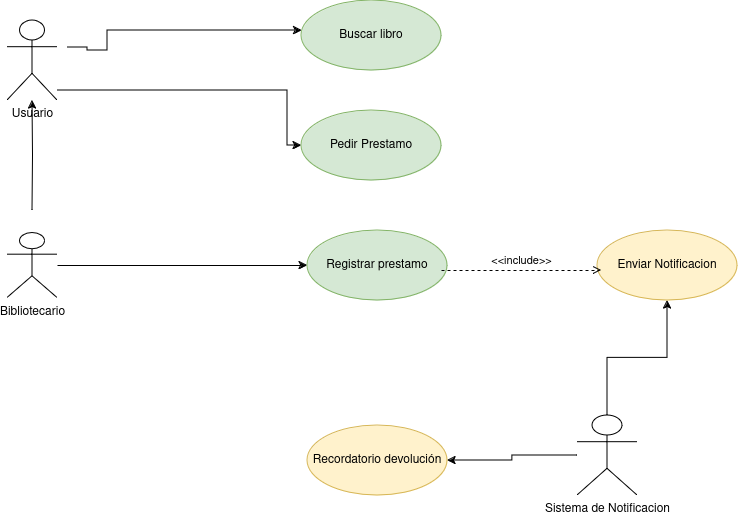
Before: Diagrama sin título.drawio.png, a diagram exported from draw.io (gian700/ejercicio-git-libro). Source tidied: cells renumbered, new cells last; positions are measured from the earlier drawing's top-left corner, leaving out a move shared by most shapes.
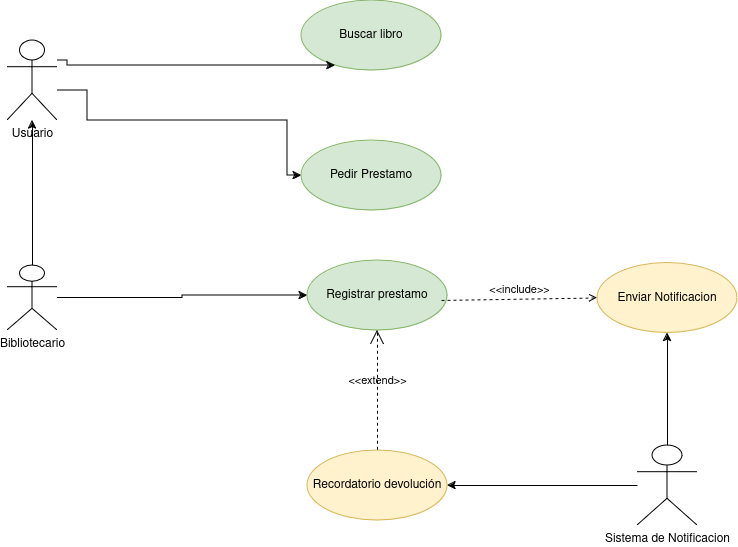
Later version of the same file.

Change to the diagram source:
```diff
@@ -3,40 +3,37 @@
     <mxCell id="0" />
     <mxCell id="1" parent="0" />
     <mxCell id="2" value="Buscar libro" style="ellipse;whiteSpace=wrap;html=1;fillColor=#d5e8d4;strokeColor=#82b366;" parent="1" vertex="1">
-      <mxGeometry x="294" width="140" height="70" as="geometry" />
+      <mxGeometry x="294" y="-30" width="140" height="70" as="geometry" />
     </mxCell>
-    <mxCell id="3" style="edgeStyle=orthogonalEdgeStyle;rounded=0;jettySize=auto;html=1;" parent="1" edge="1" target="2">
+    <mxCell id="3" style="edgeStyle=orthogonalEdgeStyle;rounded=0;jettySize=auto;html=1;" parent="1" edge="1" source="5" target="2">
       <mxGeometry relative="1" as="geometry">
-        <mxPoint x="60" y="47" as="sourcePoint" />
         <Array as="points">
-          <mxPoint x="80" y="47" />
-          <mxPoint x="80" y="50" />
-          <mxPoint x="100" y="50" />
-          <mxPoint x="100" y="30" />
+          <mxPoint x="60" y="30" />
+          <mxPoint x="60" y="35" />
         </Array>
       </mxGeometry>
     </mxCell>
     <mxCell id="4" style="edgeStyle=orthogonalEdgeStyle;rounded=0;jettySize=auto;html=1;" parent="1" edge="1" source="5" target="12">
       <mxGeometry relative="1" as="geometry">
         <Array as="points">
+          <mxPoint x="80" y="60" />
+          <mxPoint x="80" y="90" />
           <mxPoint x="280" y="90" />
           <mxPoint x="280" y="145" />
         </Array>
       </mxGeometry>
     </mxCell>
     <mxCell id="5" value="Usuario" style="shape=umlActor;html=1;verticalLabelPosition=bottom;verticalAlign=top;align=center;" parent="1" vertex="1">
-      <mxGeometry y="20" width="50" height="80" as="geometry" />
+      <mxGeometry y="10" width="50" height="80" as="geometry" />
     </mxCell>
-    <mxCell id="6" style="edgeStyle=orthogonalEdgeStyle;rounded=0;jettySize=auto;html=1;" parent="1" edge="1" target="5">
-      <mxGeometry relative="1" as="geometry">
-        <mxPoint x="25" y="210" as="sourcePoint" />
-      </mxGeometry>
+    <mxCell id="6" style="edgeStyle=orthogonalEdgeStyle;rounded=0;jettySize=auto;html=1;exitX=0.5;exitY=0;exitDx=0;exitDy=0;exitPerimeter=0;" parent="1" edge="1" source="8" target="5">
+      <mxGeometry relative="1" as="geometry" />
     </mxCell>
     <mxCell id="7" style="edgeStyle=orthogonalEdgeStyle;rounded=0;jettySize=auto;html=1;" parent="1" edge="1" source="8" target="13">
       <mxGeometry relative="1" as="geometry" />
     </mxCell>
     <mxCell id="8" value="Bibliotecario" style="shape=umlActor;html=1;verticalLabelPosition=bottom;verticalAlign=top;align=center;" parent="1" vertex="1">
-      <mxGeometry y="232.5" width="50" height="65" as="geometry" />
+      <mxGeometry y="235" width="50" height="65" as="geometry" />
     </mxCell>
     <mxCell id="9" style="edgeStyle=orthogonalEdgeStyle;rounded=0;jettySize=auto;html=1;" parent="1" edge="1" source="11" target="14">
       <mxGeometry relative="1" as="geometry" />
@@ -45,7 +42,7 @@
       <mxGeometry relative="1" as="geometry" />
     </mxCell>
     <mxCell id="11" value="Sistema de Notificacion" style="shape=umlActor;html=1;verticalLabelPosition=bottom;verticalAlign=top;align=center;" parent="1" vertex="1">
-      <mxGeometry x="570" y="415" width="60" height="80" as="geometry" />
+      <mxGeometry x="630" y="415" width="60" height="80" as="geometry" />
     </mxCell>
     <mxCell id="12" value="Pedir Prestamo" style="ellipse;whiteSpace=wrap;html=1;fillColor=#d5e8d4;strokeColor=#82b366;" parent="1" vertex="1">
       <mxGeometry x="294" y="110" width="140" height="70" as="geometry" />
@@ -54,16 +51,18 @@
       <mxGeometry x="300" y="230" width="140" height="70" as="geometry" />
     </mxCell>
     <mxCell id="14" value="Enviar Notificacion" style="ellipse;whiteSpace=wrap;html=1;fillColor=#fff2cc;strokeColor=#d6b656;" parent="1" vertex="1">
-      <mxGeometry x="590" y="230" width="140" height="70" as="geometry" />
+      <mxGeometry x="590" y="232.5" width="140" height="70" as="geometry" />
     </mxCell>
     <mxCell id="15" value="&lt;div&gt;Recordatorio devolución&lt;/div&gt;" style="ellipse;whiteSpace=wrap;html=1;fillColor=#fff2cc;strokeColor=#d6b656;" parent="1" vertex="1">
-      <mxGeometry x="300" y="425" width="140" height="70" as="geometry" />
+      <mxGeometry x="300" y="420" width="140" height="70" as="geometry" />
     </mxCell>
-    <mxCell id="16" value="&amp;lt;&amp;lt;include&amp;gt;&amp;gt;" style="edgeStyle=none;html=1;endArrow=open;verticalAlign=bottom;dashed=1;labelBackgroundColor=none;rounded=0;" parent="1" edge="1">
+    <mxCell id="16" value="&amp;lt;&amp;lt;include&amp;gt;&amp;gt;" style="edgeStyle=none;html=1;endArrow=open;verticalAlign=bottom;dashed=1;labelBackgroundColor=none;rounded=0;entryX=0;entryY=0.5;entryDx=0;entryDy=0;" parent="1" edge="1" target="14">
       <mxGeometry relative="1" as="geometry">
         <mxPoint x="434" y="270" as="sourcePoint" />
-        <mxPoint x="594" y="270" as="targetPoint" />
       </mxGeometry>
     </mxCell>
+    <mxCell id="17" value="&amp;lt;&amp;lt;extend&amp;gt;&amp;gt;" style="edgeStyle=none;html=1;startArrow=open;endArrow=none;startSize=12;verticalAlign=bottom;dashed=1;labelBackgroundColor=none;rounded=0;entryX=0.5;entryY=0;entryDx=0;entryDy=0;exitX=0.5;exitY=1;exitDx=0;exitDy=0;" parent="1" edge="1" source="13" target="15">
+      <mxGeometry relative="1" as="geometry" />
+    </mxCell>
   </root>
 </mxGraphModel>
```
